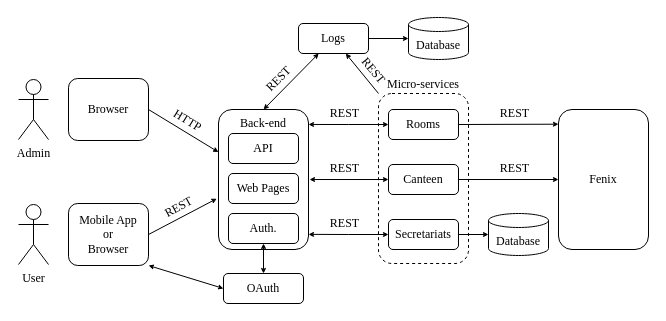
The draw.io diagram Architecture.drawio in vascocandeias/IST-information-system, before the edit. Source tidied: cells renumbered, new cells numbered last; positions are measured from the earlier drawing's top-left corner, leaving out a move shared by most shapes. Both pictures are drawn from the tidied source at 100%, with x=0, y=0 at pixel (18, 17).
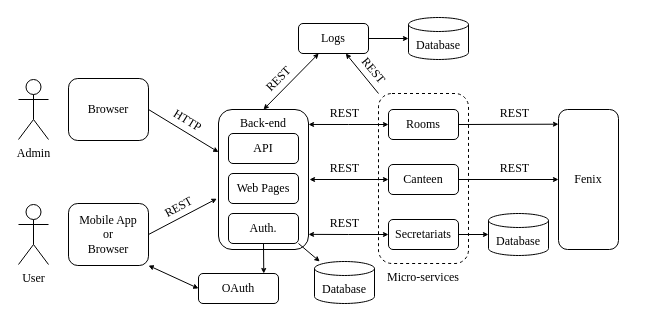
After the change.

Unchanged cells that the change refers to:
```xml
<mxCell id="15" value="Auth." style="rounded=1;whiteSpace=wrap;html=1;fillColor=none;fontFamily=Times New Roman;fontSize=12;" parent="1" vertex="1">
  <mxGeometry x="210" y="196" width="70" height="30" as="geometry" />
</mxCell>
```

The edit, as a diff of the source:
```diff
@@
-    <mxCell id="3" value="Micro-services" style="rounded=1;whiteSpace=wrap;html=1;fillColor=none;fontFamily=Times New Roman;fontSize=12;verticalAlign=bottom;labelPosition=center;verticalLabelPosition=top;align=center;dashed=1;" parent="1" vertex="1">
+    <mxCell id="3" value="Micro-services" style="rounded=1;whiteSpace=wrap;html=1;fillColor=none;fontFamily=Times New Roman;fontSize=12;verticalAlign=top;labelPosition=center;verticalLabelPosition=bottom;align=center;dashed=1;" parent="1" vertex="1">
       <mxGeometry x="360" y="76" width="90" height="170" as="geometry" />
     </mxCell>
@@
+    <mxCell id="41" style="edgeStyle=none;rounded=0;jettySize=auto;html=1;exitX=1;exitY=1;exitDx=0;exitDy=0;startArrow=none;startFill=0;startSize=3;endSize=3;fontFamily=Times New Roman;" parent="1" edge="1" source="15" target="42">
+      <mxGeometry relative="1" as="geometry" />
+    </mxCell>
-    <mxCell id="14" style="edgeStyle=none;rounded=0;jettySize=auto;html=1;exitX=0.5;exitY=1;exitDx=0;exitDy=0;entryX=0.5;entryY=0;entryDx=0;entryDy=0;startArrow=classic;startFill=1;startSize=3;endSize=3;fontFamily=Times New Roman;" parent="1" edge="1" source="15" target="38">
+    <mxCell id="14" style="edgeStyle=none;rounded=0;jettySize=auto;html=1;exitX=0.5;exitY=1;exitDx=0;exitDy=0;entryX=0.816;entryY=0;entryDx=0;entryDy=0;entryPerimeter=0;startArrow=none;startFill=0;startSize=3;endSize=3;fontFamily=Times New Roman;" parent="1" edge="1" source="15" target="38">
       <mxGeometry relative="1" as="geometry" />
     </mxCell>
@@
     <mxCell id="36" value="Fenix" style="rounded=1;whiteSpace=wrap;html=1;fillColor=none;fontFamily=Times New Roman;fontSize=12;verticalAlign=middle;" parent="1" vertex="1">
-      <mxGeometry x="540" y="92" width="90" height="140" as="geometry" />
+      <mxGeometry x="540" y="92" width="60" height="140" as="geometry" />
     </mxCell>
@@
     <mxCell id="38" value="OAuth" style="rounded=1;whiteSpace=wrap;html=1;fillColor=none;fontFamily=Times New Roman;fontSize=12;" parent="1" vertex="1">
-      <mxGeometry x="205" y="256" width="80" height="30" as="geometry" />
+      <mxGeometry x="180" y="256" width="80" height="30" as="geometry" />
     </mxCell>
@@
+    <mxCell id="42" value="Database" style="strokeWidth=1;html=1;shape=mxgraph.flowchart.database;whiteSpace=wrap;fontFamily=Times New Roman;fontSize=12;verticalAlign=middle;labelPosition=center;verticalLabelPosition=middle;align=center;spacingTop=14;" parent="1" vertex="1">
+      <mxGeometry x="296" y="244" width="60" height="42" as="geometry" />
+    </mxCell>
```
